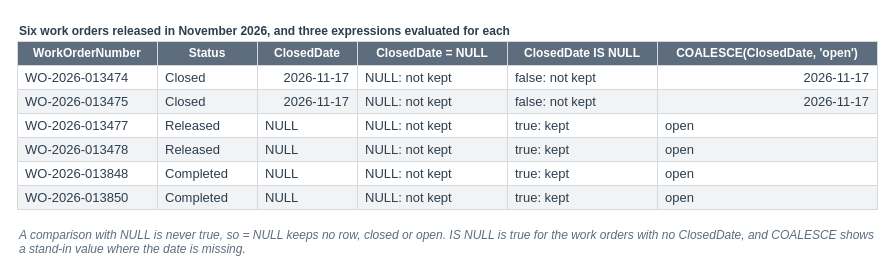
This is visuals/src/fig-09-06-where-null.drawio from mmcodesso/Accounting_Analytics_Book, a draw.io file, before an edit. Source tidied: cells renumbered, new cells numbered last; positions are measured from the earlier drawing's top-left corner, leaving out a move shared by most shapes. Both pictures are drawn from the tidied source at 100%, with x=0, y=0 at pixel (17, 17).
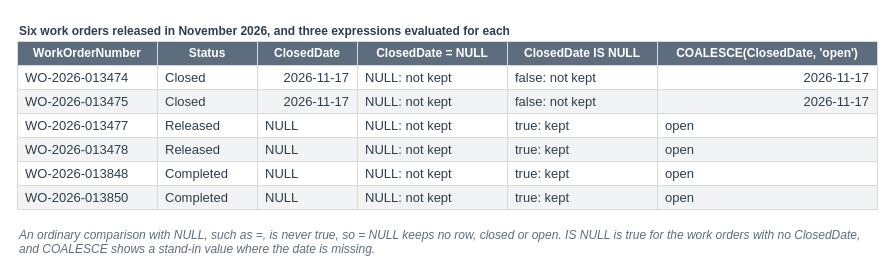
The same diagram, later.

What changed in the source:
```diff
@@
-    <mxCell id="46" value="&lt;i&gt;A comparison with NULL is never true, so = NULL keeps no row, closed or open. IS NULL is true for the work orders with no ClosedDate, and COALESCE shows a stand-in value where the date is missing.&lt;/i&gt;" style="text;html=1;whiteSpace=wrap;align=left;verticalAlign=top;fontSize=12;fontColor=#5D6D7E;fontStyle=0;fontFamily=Helvetica;spacing=2;fillColor=none;strokeColor=none;" parent="1" vertex="1">
+    <mxCell id="46" value="&lt;i&gt;An ordinary comparison with NULL, such as =, is never true, so = NULL keeps no row, closed or open. IS NULL is true for the work orders with no ClosedDate, and COALESCE shows a stand-in value where the date is missing.&lt;/i&gt;" style="text;html=1;whiteSpace=wrap;align=left;verticalAlign=top;fontSize=12;fontColor=#5D6D7E;fontStyle=0;fontFamily=Helvetica;spacing=2;fillColor=none;strokeColor=none;" parent="1" vertex="1">
       <mxGeometry y="204" width="860" height="40" as="geometry" />
     </mxCell>
```
